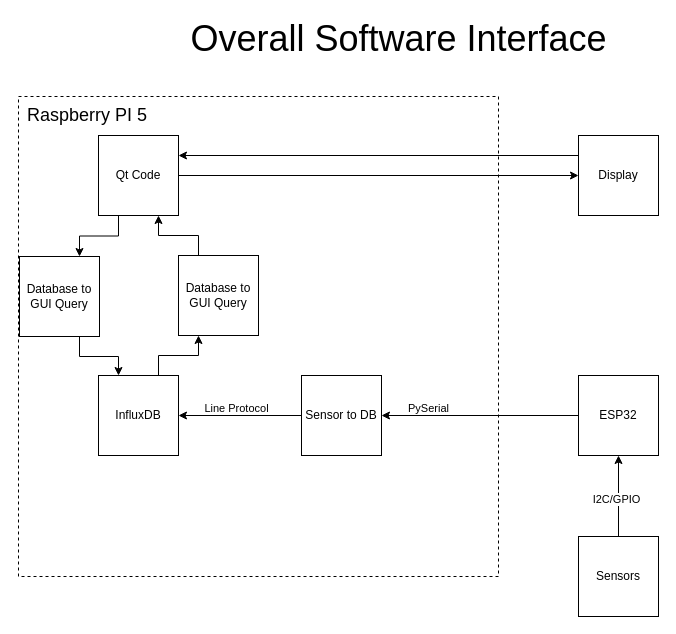
Above: diagrams/Overall_Software_Interface.drawio in martintara/kaffeknekt (draw.io), before the change. Source tidied: cells renumbered, new cells numbered last; positions are measured from the earlier drawing's top-left corner, leaving out a move shared by most shapes. Both pictures are drawn from the tidied source at 100%, with x=0, y=0 at pixel (17, 23).
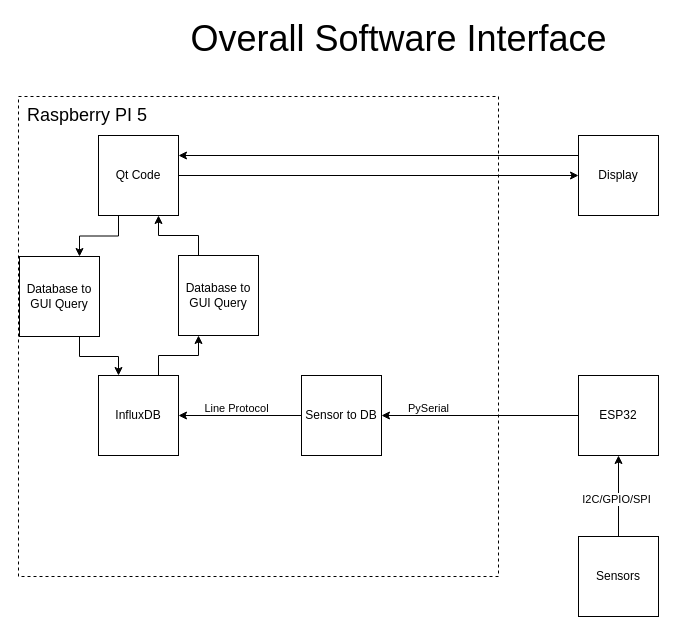
The same diagram, later.

The change refers to these unchanged cells:
```xml
<mxCell id="11" style="edgeStyle=orthogonalEdgeStyle;rounded=0;jettySize=auto;html=1;exitX=0.5;exitY=0;exitDx=0;exitDy=0;entryX=0.5;entryY=1;entryDx=0;entryDy=0;" parent="1" edge="1" source="13" target="10">
  <mxGeometry relative="1" as="geometry" />
</mxCell>
```

The edit, as a diff of the source:
```diff
@@
-    <mxCell id="12" value="I2C/GPIO" style="edgeLabel;html=1;align=center;verticalAlign=middle;" parent="11" vertex="1">
+    <mxCell id="12" value="I2C/GPIO/SPI" style="edgeLabel;html=1;align=center;verticalAlign=middle;" parent="11" vertex="1">
       <mxGeometry x="-0.06" y="3" relative="1" as="geometry" />
     </mxCell>
```
